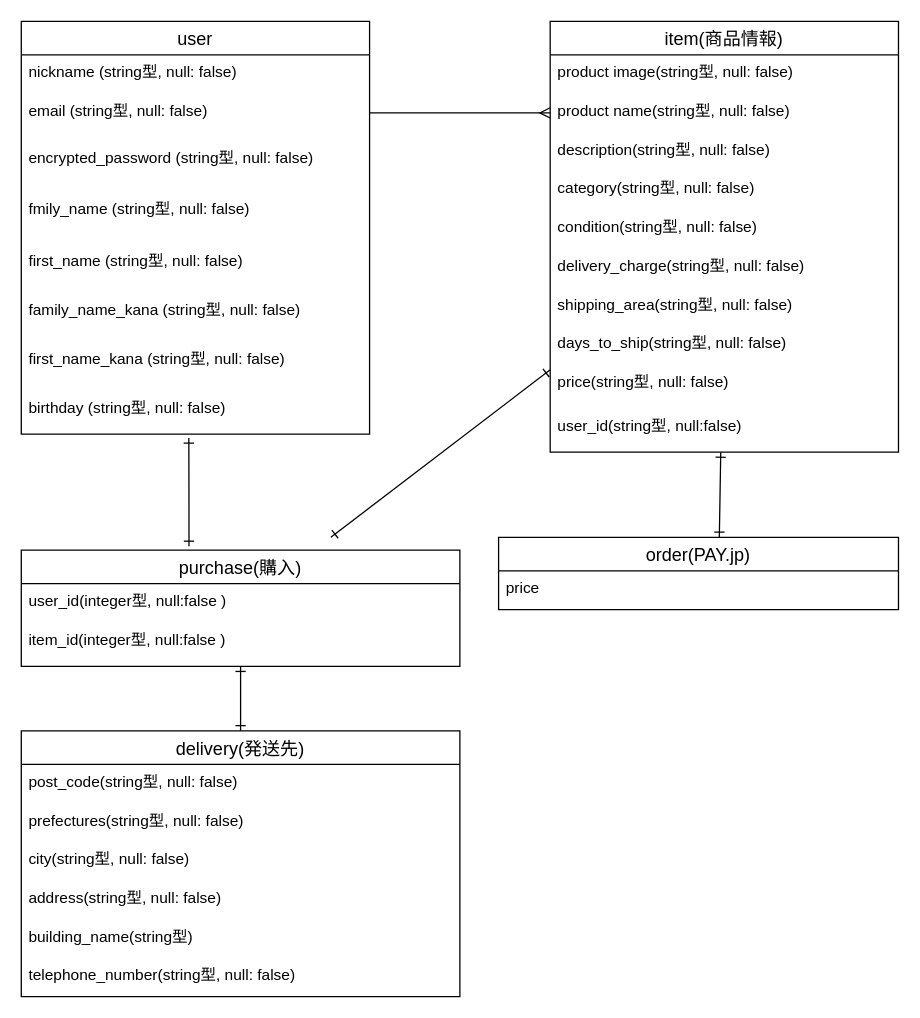
Before: furima.dio in kobayashi64/furima-37467, a draw.io diagram. Source tidied: cells renumbered, new cells numbered last; positions are measured from the earlier drawing's top-left corner, leaving out a move shared by most shapes. Both pictures are drawn from the tidied source at 129%, with x=0, y=0 at pixel (21, 21).
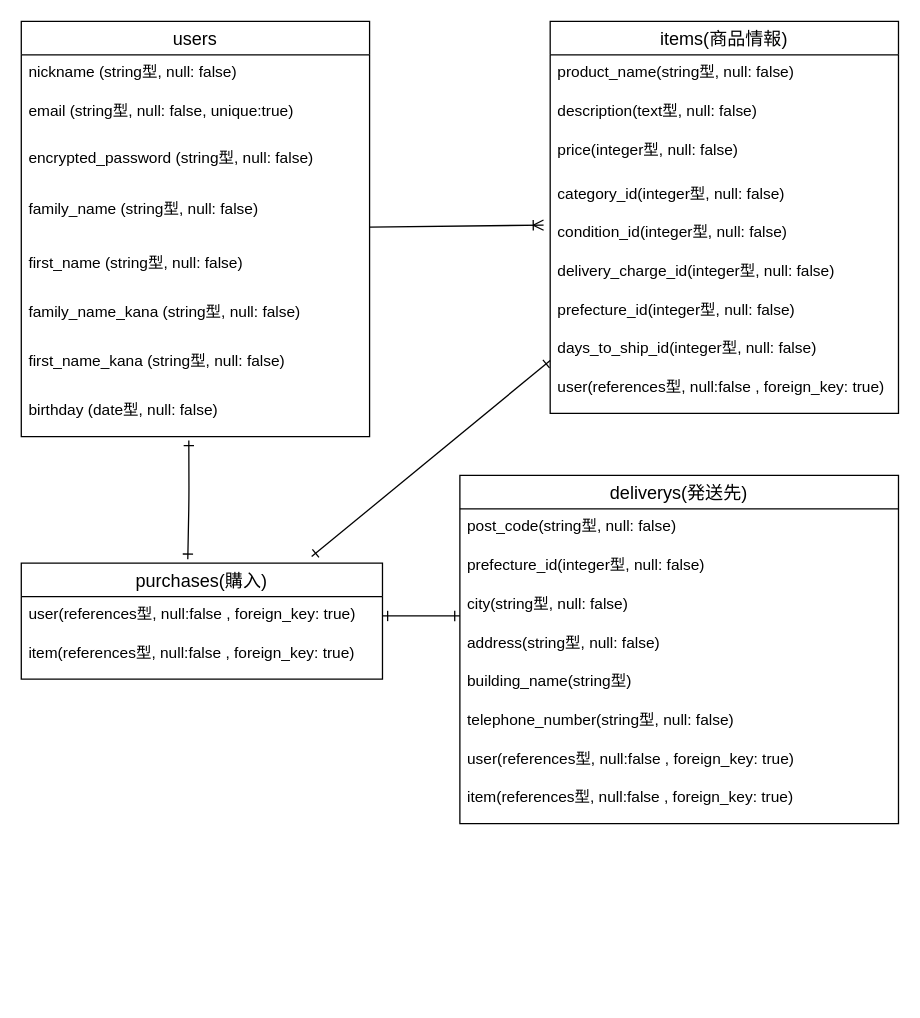
The same diagram, later.

The edit, as a diff of the source:
```diff
@@
-    <mxCell id="2" style="edgeStyle=none;html=1;endArrow=ERone;endFill=0;startArrow=ERone;startFill=0;exitX=0.481;exitY=1.088;exitDx=0;exitDy=0;exitPerimeter=0;" parent="1" edge="1" source="11">
+    <mxCell id="2" style="edgeStyle=none;html=1;endArrow=ERone;endFill=0;startArrow=ERone;startFill=0;exitX=0.481;exitY=1.088;exitDx=0;exitDy=0;exitPerimeter=0;entryX=0.461;entryY=-0.033;entryDx=0;entryDy=0;entryPerimeter=0;" parent="1" edge="1" source="11" target="35">
       <mxGeometry relative="1" as="geometry">
-        <mxPoint x="130" y="407" as="targetPoint" />
         <Array as="points">
           <mxPoint x="130" y="370" />
         </Array>
       </mxGeometry>
     </mxCell>
+    <mxCell id="39" style="edgeStyle=none;html=1;entryX=-0.019;entryY=0.267;entryDx=0;entryDy=0;entryPerimeter=0;endArrow=ERoneToMany;endFill=0;" parent="1" edge="1" source="3" target="19">
+      <mxGeometry relative="1" as="geometry" />
+    </mxCell>
-    <mxCell id="3" value="user" style="swimlane;fontStyle=0;horizontal=1;startSize=26;align=center;fontSize=14;" parent="1" vertex="1">
-      <mxGeometry width="270" height="320" as="geometry" />
+    <mxCell id="3" value="users" style="swimlane;fontStyle=0;horizontal=1;startSize=26;align=center;fontSize=14;" parent="1" vertex="1">
+      <mxGeometry width="270" height="322" as="geometry" />
     </mxCell>
@@
-    <mxCell id="5" value="email (string型, null: false)" style="text;strokeColor=none;fillColor=none;spacingLeft=4;spacingRight=4;overflow=hidden;fontSize=12;" parent="3" vertex="1">
+    <mxCell id="5" value="email (string型, null: false, unique:true)" style="text;strokeColor=none;fillColor=none;spacingLeft=4;spacingRight=4;overflow=hidden;fontSize=12;" parent="3" vertex="1">
       <mxGeometry y="56" width="270" height="36" as="geometry" />
     </mxCell>
@@
-    <mxCell id="7" value="fmily_name (string型, null: false)" style="text;strokeColor=none;fillColor=none;spacingLeft=4;spacingRight=4;overflow=hidden;fontSize=12;" parent="3" vertex="1">
-      <mxGeometry y="132" width="270" height="40" as="geometry" />
+    <mxCell id="7" value="family_name (string型, null: false)" style="text;strokeColor=none;fillColor=none;spacingLeft=4;spacingRight=4;overflow=hidden;fontSize=12;" parent="3" vertex="1">
+      <mxGeometry y="132" width="270" height="42" as="geometry" />
     </mxCell>
     <mxCell id="8" value="first_name (string型, null: false)" style="text;strokeColor=none;fillColor=none;spacingLeft=4;spacingRight=4;overflow=hidden;fontSize=12;" parent="3" vertex="1">
-      <mxGeometry y="172" width="270" height="38" as="geometry" />
+      <mxGeometry y="174" width="270" height="38" as="geometry" />
     </mxCell>
     <mxCell id="9" value="family_name_kana (string型, null: false)" style="text;strokeColor=none;fillColor=none;spacingLeft=4;spacingRight=4;overflow=hidden;fontSize=12;" parent="3" vertex="1">
-      <mxGeometry y="210" width="270" height="38" as="geometry" />
+      <mxGeometry y="212" width="270" height="38" as="geometry" />
     </mxCell>
     <mxCell id="10" value="first_name_kana (string型, null: false)" style="text;strokeColor=none;fillColor=none;spacingLeft=4;spacingRight=4;overflow=hidden;fontSize=12;" parent="3" vertex="1">
-      <mxGeometry y="248" width="270" height="38" as="geometry" />
+      <mxGeometry y="250" width="270" height="38" as="geometry" />
     </mxCell>
-    <mxCell id="11" value="birthday (string型, null: false)" style="text;strokeColor=none;fillColor=none;spacingLeft=4;spacingRight=4;overflow=hidden;points=[[0,0.5],[1,0.5]];portConstraint=eastwest;fontSize=12;" parent="3" vertex="1">
-      <mxGeometry y="286" width="270" height="34" as="geometry" />
+    <mxCell id="11" value="birthday (date型, null: false)" style="text;strokeColor=none;fillColor=none;spacingLeft=4;spacingRight=4;overflow=hidden;points=[[0,0.5],[1,0.5]];portConstraint=eastwest;fontSize=12;" parent="3" vertex="1">
+      <mxGeometry y="288" width="270" height="34" as="geometry" />
     </mxCell>
-    <mxCell id="12" style="edgeStyle=none;html=1;startArrow=ERone;startFill=0;endArrow=ERone;endFill=0;" parent="1" edge="1" source="14">
-      <mxGeometry relative="1" as="geometry">
-        <mxPoint x="240" y="400" as="targetPoint" />
-      </mxGeometry>
+    <mxCell id="12" style="edgeStyle=none;html=1;startArrow=ERone;startFill=0;endArrow=ERone;endFill=0;entryX=0.804;entryY=-0.056;entryDx=0;entryDy=0;entryPerimeter=0;" parent="1" edge="1" source="14" target="35">
+      <mxGeometry relative="1" as="geometry" />
     </mxCell>
-    <mxCell id="13" style="edgeStyle=none;html=1;entryX=0.552;entryY=0;entryDx=0;entryDy=0;entryPerimeter=0;startArrow=ERone;startFill=0;endArrow=ERone;endFill=0;" parent="1" edge="1" source="14" target="33">
-      <mxGeometry relative="1" as="geometry" />
-    </mxCell>
-    <mxCell id="14" value="item(商品情報)" style="swimlane;fontStyle=0;horizontal=1;startSize=26;align=center;fontSize=14;" parent="1" vertex="1">
-      <mxGeometry x="410" width="270" height="334" as="geometry" />
+    <mxCell id="14" value="items(商品情報)" style="swimlane;fontStyle=0;horizontal=1;startSize=26;align=center;fontSize=14;" parent="1" vertex="1">
+      <mxGeometry x="410" width="270" height="304" as="geometry" />
     </mxCell>
-    <mxCell id="15" value="product image(string型, null: false)" style="text;strokeColor=none;fillColor=none;spacingLeft=4;spacingRight=4;overflow=hidden;fontSize=12;" parent="14" vertex="1">
-      <mxGeometry y="26" width="270" height="30" as="geometry" />
-    </mxCell>
-    <mxCell id="16" value="product name(string型, null: false)" style="text;strokeColor=none;fillColor=none;spacingLeft=4;spacingRight=4;overflow=hidden;points=[[0,0.5],[1,0.5]];portConstraint=eastwest;fontSize=12;" parent="14" vertex="1">
-      <mxGeometry y="56" width="270" height="30" as="geometry" />
+    <mxCell id="16" value="product_name(string型, null: false)" style="text;strokeColor=none;fillColor=none;spacingLeft=4;spacingRight=4;overflow=hidden;points=[[0,0.5],[1,0.5]];portConstraint=eastwest;fontSize=12;" parent="14" vertex="1">
+      <mxGeometry y="26" width="270" height="30" as="geometry" />
     </mxCell>
-    <mxCell id="17" value="description(string型, null: false)" style="text;strokeColor=none;fillColor=none;spacingLeft=4;spacingRight=4;overflow=hidden;fontSize=12;" parent="14" vertex="1">
-      <mxGeometry y="86" width="270" height="30" as="geometry" />
+    <mxCell id="17" value="description(text型, null: false)" style="text;strokeColor=none;fillColor=none;spacingLeft=4;spacingRight=4;overflow=hidden;fontSize=12;" parent="14" vertex="1">
+      <mxGeometry y="56" width="270" height="30" as="geometry" />
     </mxCell>
+    <mxCell id="13" value="price(integer型, null: false)" style="text;strokeColor=none;fillColor=none;spacingLeft=4;spacingRight=4;overflow=hidden;fontSize=12;" parent="14" vertex="1">
+      <mxGeometry y="86" width="270" height="34" as="geometry" />
+    </mxCell>
-    <mxCell id="18" value="category(string型, null: false)" style="text;strokeColor=none;fillColor=none;spacingLeft=4;spacingRight=4;overflow=hidden;fontSize=12;" parent="14" vertex="1">
-      <mxGeometry y="116" width="270" height="30" as="geometry" />
+    <mxCell id="18" value="category_id(integer型, null: false)" style="text;strokeColor=none;fillColor=none;spacingLeft=4;spacingRight=4;overflow=hidden;fontSize=12;" parent="14" vertex="1">
+      <mxGeometry y="120" width="270" height="30" as="geometry" />
     </mxCell>
-    <mxCell id="19" value="condition(string型, null: false)" style="text;strokeColor=none;fillColor=none;spacingLeft=4;spacingRight=4;overflow=hidden;points=[[0,0.5],[1,0.5]];portConstraint=eastwest;fontSize=12;" parent="14" vertex="1">
-      <mxGeometry y="146" width="270" height="30" as="geometry" />
+    <mxCell id="19" value="condition_id(integer型, null: false)" style="text;strokeColor=none;fillColor=none;spacingLeft=4;spacingRight=4;overflow=hidden;points=[[0,0.5],[1,0.5]];portConstraint=eastwest;fontSize=12;" parent="14" vertex="1">
+      <mxGeometry y="150" width="270" height="30" as="geometry" />
     </mxCell>
-    <mxCell id="20" value="delivery_charge(string型, null: false)" style="text;strokeColor=none;fillColor=none;spacingLeft=4;spacingRight=4;overflow=hidden;fontSize=12;" parent="14" vertex="1">
-      <mxGeometry y="176" width="270" height="30" as="geometry" />
+    <mxCell id="20" value="delivery_charge_id(integer型, null: false)" style="text;strokeColor=none;fillColor=none;spacingLeft=4;spacingRight=4;overflow=hidden;fontSize=12;" parent="14" vertex="1">
+      <mxGeometry y="180" width="270" height="30" as="geometry" />
     </mxCell>
-    <mxCell id="21" value="shipping_area(string型, null: false)" style="text;strokeColor=none;fillColor=none;spacingLeft=4;spacingRight=4;overflow=hidden;fontSize=12;" parent="14" vertex="1">
-      <mxGeometry y="206" width="270" height="30" as="geometry" />
+    <mxCell id="21" value="prefecture_id(integer型, null: false)" style="text;strokeColor=none;fillColor=none;spacingLeft=4;spacingRight=4;overflow=hidden;fontSize=12;" parent="14" vertex="1">
+      <mxGeometry y="210" width="270" height="30" as="geometry" />
     </mxCell>
-    <mxCell id="22" value="days_to_ship(string型, null: false)" style="text;strokeColor=none;fillColor=none;spacingLeft=4;spacingRight=4;overflow=hidden;fontSize=12;" parent="14" vertex="1">
-      <mxGeometry y="236" width="270" height="30" as="geometry" />
+    <mxCell id="22" value="days_to_ship_id(integer型, null: false)" style="text;strokeColor=none;fillColor=none;spacingLeft=4;spacingRight=4;overflow=hidden;fontSize=12;" parent="14" vertex="1">
+      <mxGeometry y="240" width="270" height="30" as="geometry" />
     </mxCell>
-    <mxCell id="23" value="price(string型, null: false)" style="text;strokeColor=none;fillColor=none;spacingLeft=4;spacingRight=4;overflow=hidden;fontSize=12;" parent="14" vertex="1">
-      <mxGeometry y="266" width="270" height="34" as="geometry" />
-    </mxCell>
-    <mxCell id="24" value="user_id(string型, null:false)" style="text;strokeColor=none;fillColor=none;spacingLeft=4;spacingRight=4;overflow=hidden;fontSize=12;" parent="14" vertex="1">
-      <mxGeometry y="300" width="270" height="34" as="geometry" />
+    <mxCell id="24" value="user(references型, null:false , foreign_key: true)" style="text;strokeColor=none;fillColor=none;spacingLeft=4;spacingRight=4;overflow=hidden;fontSize=12;" parent="14" vertex="1">
+      <mxGeometry y="270" width="270" height="34" as="geometry" />
     </mxCell>
-    <mxCell id="25" value="delivery(発送先)" style="swimlane;fontStyle=0;horizontal=1;startSize=26;align=center;fontSize=14;" parent="1" vertex="1">
-      <mxGeometry y="550" width="340" height="206" as="geometry" />
+    <mxCell id="25" value="deliverys(発送先)" style="swimlane;fontStyle=0;horizontal=1;startSize=26;align=center;fontSize=14;" parent="1" vertex="1">
+      <mxGeometry x="340" y="352" width="340" height="270" as="geometry" />
     </mxCell>
@@
-    <mxCell id="27" value="prefectures(string型, null: false)" style="text;strokeColor=none;fillColor=none;spacingLeft=4;spacingRight=4;overflow=hidden;fontSize=12;" parent="25" vertex="1">
+    <mxCell id="27" value="prefecture_id(integer型, null: false)" style="text;strokeColor=none;fillColor=none;spacingLeft=4;spacingRight=4;overflow=hidden;fontSize=12;" parent="25" vertex="1">
       <mxGeometry y="56" width="340" height="30" as="geometry" />
     </mxCell>
@@
-    <mxCell id="32" style="edgeStyle=none;html=1;entryX=0;entryY=0.5;entryDx=0;entryDy=0;endArrow=ERmany;endFill=0;" parent="1" edge="1" target="16">
-      <mxGeometry relative="1" as="geometry">
-        <mxPoint x="270" y="71" as="sourcePoint" />
-      </mxGeometry>
-    </mxCell>
-    <mxCell id="33" value="order(PAY.jp)" style="swimlane;fontStyle=0;horizontal=1;startSize=26;align=center;fontSize=14;" parent="1" vertex="1">
-      <mxGeometry x="370" y="400" width="310" height="56" as="geometry" />
-    </mxCell>
-    <mxCell id="34" value="price" style="text;strokeColor=none;fillColor=none;spacingLeft=4;spacingRight=4;overflow=hidden;fontSize=12;" parent="33" vertex="1">
-      <mxGeometry y="26" width="310" height="30" as="geometry" />
-    </mxCell>
+    <mxCell id="40" value="user(references型, null:false , foreign_key: true)" style="text;strokeColor=none;fillColor=none;spacingLeft=4;spacingRight=4;overflow=hidden;fontSize=12;" parent="25" vertex="1">
+      <mxGeometry y="206" width="340" height="30" as="geometry" />
+    </mxCell>
+    <mxCell id="37" value="item(references型, null:false , foreign_key: true)" style="text;strokeColor=none;fillColor=none;spacingLeft=4;spacingRight=4;overflow=hidden;points=[[0,0.5],[1,0.5]];portConstraint=eastwest;fontSize=12;" parent="25" vertex="1">
+      <mxGeometry y="236" width="340" height="34" as="geometry" />
+    </mxCell>
-    <mxCell id="35" value="purchase(購入)" style="swimlane;fontStyle=0;horizontal=1;startSize=26;align=center;fontSize=14;" parent="1" vertex="1">
-      <mxGeometry y="410" width="340" height="90" as="geometry" />
+    <mxCell id="35" value="purchases(購入)" style="swimlane;fontStyle=0;horizontal=1;startSize=26;align=center;fontSize=14;" parent="1" vertex="1">
+      <mxGeometry y="420" width="280" height="90" as="geometry" />
     </mxCell>
-    <mxCell id="36" value="user_id(integer型, null:false )" style="text;strokeColor=none;fillColor=none;spacingLeft=4;spacingRight=4;overflow=hidden;points=[[0,0.5],[1,0.5]];portConstraint=eastwest;fontSize=12;" parent="35" vertex="1">
-      <mxGeometry y="26" width="340" height="30" as="geometry" />
+    <mxCell id="36" value="user(references型, null:false , foreign_key: true)" style="text;strokeColor=none;fillColor=none;spacingLeft=4;spacingRight=4;overflow=hidden;points=[[0,0.5],[1,0.5]];portConstraint=eastwest;fontSize=12;" parent="35" vertex="1">
+      <mxGeometry y="26" width="280" height="30" as="geometry" />
     </mxCell>
-    <mxCell id="37" value="item_id(integer型, null:false )" style="text;strokeColor=none;fillColor=none;spacingLeft=4;spacingRight=4;overflow=hidden;points=[[0,0.5],[1,0.5]];portConstraint=eastwest;fontSize=12;" parent="35" vertex="1">
-      <mxGeometry y="56" width="340" height="34" as="geometry" />
-    </mxCell>
+    <mxCell id="41" value="item(references型, null:false , foreign_key: true)" style="text;strokeColor=none;fillColor=none;spacingLeft=4;spacingRight=4;overflow=hidden;fontSize=12;" parent="35" vertex="1">
+      <mxGeometry y="56" width="280" height="34" as="geometry" />
+    </mxCell>
-    <mxCell id="38" style="edgeStyle=none;html=1;startArrow=ERone;startFill=0;endArrow=ERone;endFill=0;" parent="1" edge="1" source="37" target="25">
-      <mxGeometry relative="1" as="geometry" />
+    <mxCell id="38" style="edgeStyle=none;html=1;startArrow=ERone;startFill=0;endArrow=ERone;endFill=0;exitX=1;exitY=0.5;exitDx=0;exitDy=0;" parent="1" edge="1" source="36">
+      <mxGeometry relative="1" as="geometry">
+        <mxPoint x="340" y="461" as="targetPoint" />
+      </mxGeometry>
     </mxCell>
```
